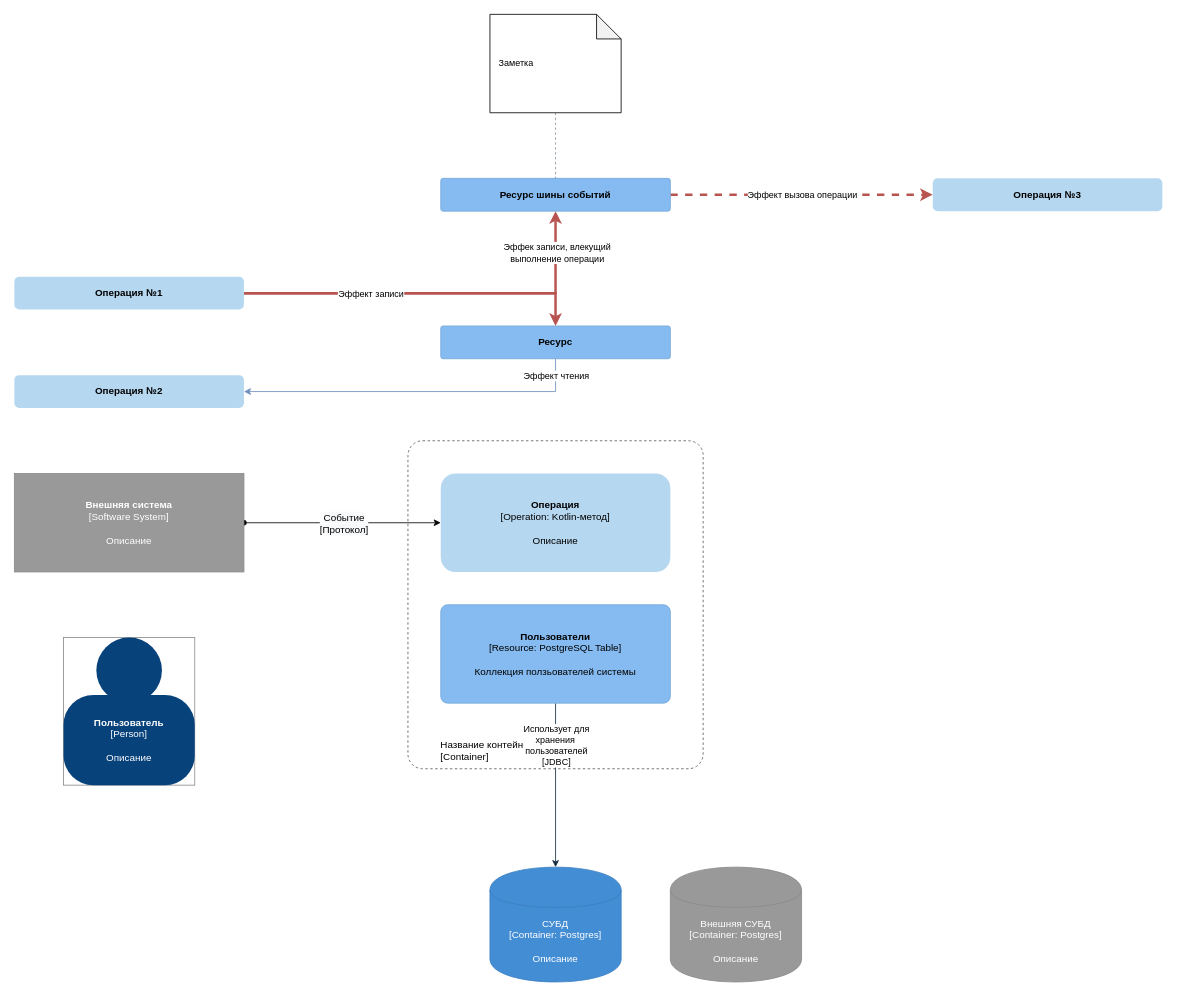
d-r-q/developing-ergonomic-code keeps this draw.io diagram as page "Notation template" (1 of 2) of azhidkov.pro/content/effects-diagram/effects-diagram-notation.drawio. Above is the earlier version. Source tidied: cells renumbered, new cells numbered last; positions are measured from the earlier drawing's top-left corner, leaving out a move shared by most shapes. Both pictures are drawn from the tidied source at 82%, with x=0, y=0 at pixel (14, 14).
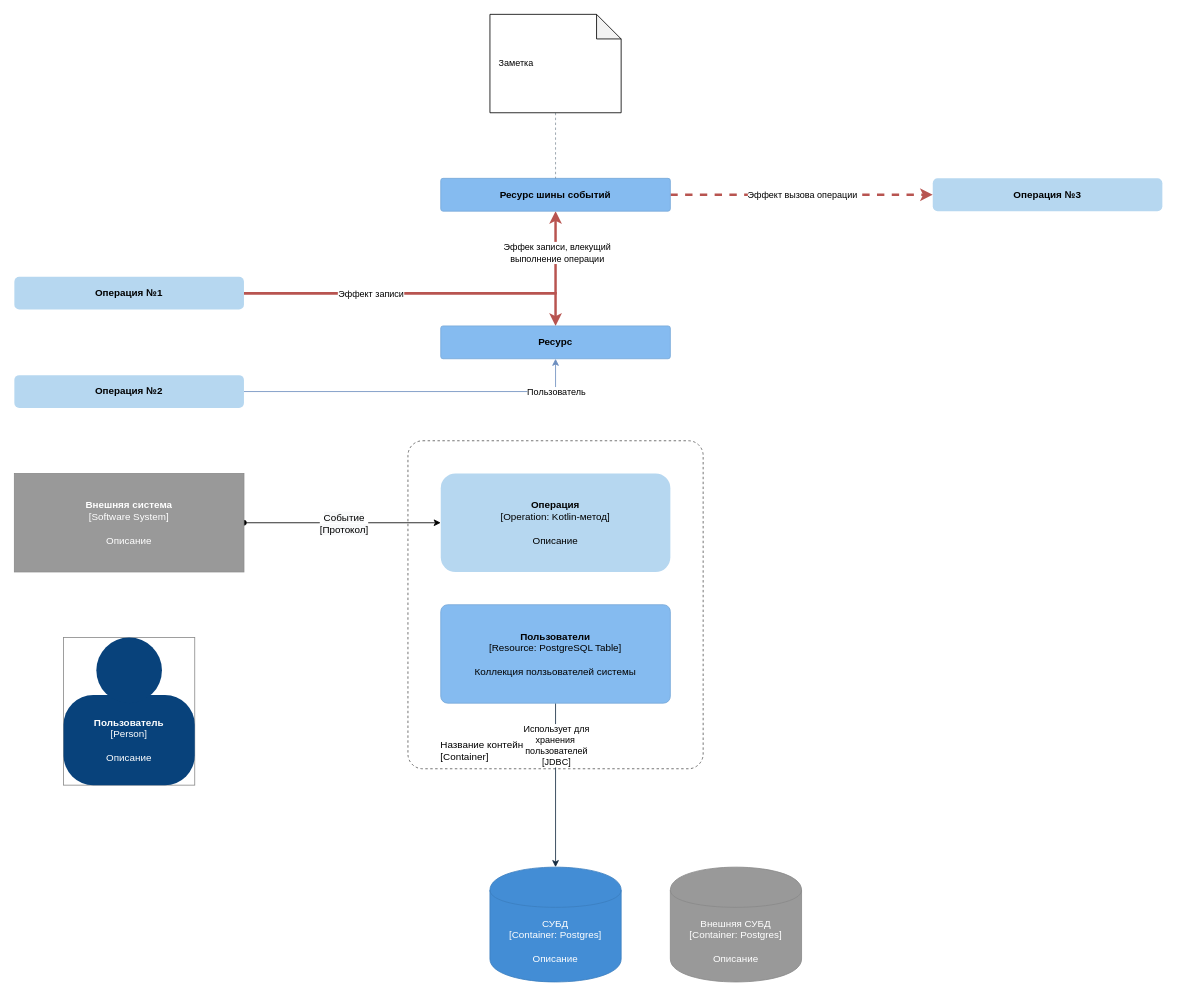
Above is the later version.

Unchanged cells that the change refers to:
```xml
<mxCell id="6" value="Операция №2" style="rounded=1;whiteSpace=wrap;html=1;fillColor=#B6D7F0;strokeColor=none;fontStyle=1;" parent="1" vertex="1">
  <mxGeometry y="440" width="280" height="40" as="geometry" />
</mxCell>
<mxCell id="14" value="&lt;b&gt;Ресурс&lt;br&gt;&lt;/b&gt;" style="rounded=1;whiteSpace=wrap;html=1;labelBackgroundColor=none;fillColor=#85bbf0;fontColor=#000000;align=center;arcSize=7;strokeColor=#78a8d8;" parent="1" vertex="1">
  <mxGeometry x="520" y="380" width="280" height="40" as="geometry" />
</mxCell>
```

Change to the diagram source:
```diff
@@
+    <mxCell id="30" style="edgeStyle=orthogonalEdgeStyle;rounded=0;jettySize=auto;html=1;fillColor=#dae8fc;strokeColor=#6c8ebf;" parent="1" edge="1" source="6" target="14">
+      <mxGeometry relative="1" as="geometry" />
+    </mxCell>
+    <mxCell id="31" value="Пользователь" style="edgeLabel;html=1;align=center;verticalAlign=middle;" parent="30" vertex="1">
+      <mxGeometry x="0.54" y="4" relative="1" as="geometry">
+        <mxPoint x="57" y="4" as="offset" />
+      </mxGeometry>
+    </mxCell>
@@
-    <mxCell id="7" style="edgeStyle=none;rounded=0;jettySize=auto;html=1;fillColor=#dae8fc;strokeColor=#6c8ebf;" parent="1" edge="1" source="14" target="6">
-      <mxGeometry relative="1" as="geometry">
-        <Array as="points">
-          <mxPoint x="660" y="460" />
-        </Array>
-      </mxGeometry>
-    </mxCell>
-    <mxCell id="8" value="Эффект чтения" style="edgeLabel;html=1;align=center;verticalAlign=middle;rounded=0;" parent="7" vertex="1">
-      <mxGeometry x="0.06" y="-3" relative="1" as="geometry">
-        <mxPoint x="183" y="-17" as="offset" />
-      </mxGeometry>
-    </mxCell>
```
